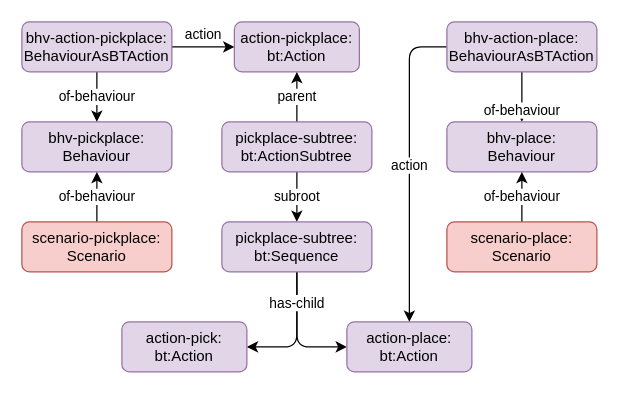
Above: page "bt_link" (2 of 3) of bdd-example-highlevel.drawio in minhnh/drawio-diagrams (draw.io), before the change. Source tidied: cells renumbered, new cells numbered last; positions are measured from the earlier drawing's top-left corner, leaving out a move shared by most shapes. Both pictures are drawn from the tidied source at 125%, with x=0, y=0 at pixel (21, 21).
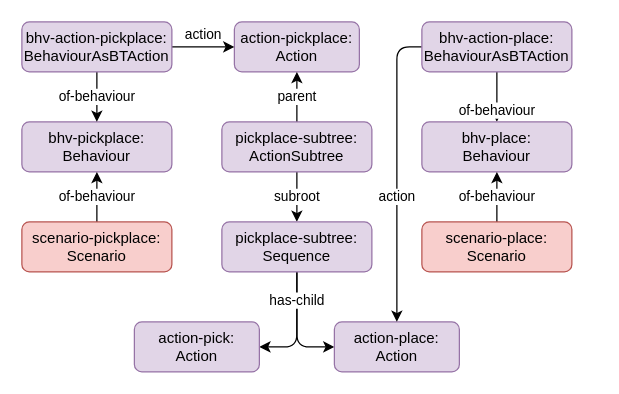
Above is the later version.

What changed in the source:
```diff
@@
-    <mxCell id="3" value="action-pickplace: bt:Action" style="rounded=1;whiteSpace=wrap;html=1;fillColor=#e1d5e7;strokeColor=#9673a6;" parent="1" vertex="1">
+    <mxCell id="3" value="action-pickplace: Action" style="rounded=1;whiteSpace=wrap;html=1;fillColor=#e1d5e7;strokeColor=#9673a6;" parent="1" vertex="1">
       <mxGeometry x="170" width="100" height="40" as="geometry" />
     </mxCell>
@@
-    <mxCell id="6" value="pickplace-subtree: bt:ActionSubtree" style="rounded=1;whiteSpace=wrap;html=1;fillColor=#e1d5e7;strokeColor=#9673a6;" parent="1" vertex="1">
+    <mxCell id="6" value="pickplace-subtree: ActionSubtree" style="rounded=1;whiteSpace=wrap;html=1;fillColor=#e1d5e7;strokeColor=#9673a6;" parent="1" vertex="1">
       <mxGeometry x="160" y="80" width="120" height="40" as="geometry" />
     </mxCell>
@@
-    <mxCell id="14" value="pickplace-subtree: bt:Sequence" style="rounded=1;whiteSpace=wrap;html=1;fillColor=#e1d5e7;strokeColor=#9673a6;" parent="1" vertex="1">
+    <mxCell id="14" value="pickplace-subtree: Sequence" style="rounded=1;whiteSpace=wrap;html=1;fillColor=#e1d5e7;strokeColor=#9673a6;" parent="1" vertex="1">
       <mxGeometry x="160" y="160" width="120" height="40" as="geometry" />
     </mxCell>
-    <mxCell id="15" value="action-place: bt:Action" style="rounded=1;whiteSpace=wrap;html=1;fillColor=#e1d5e7;strokeColor=#9673a6;" parent="1" vertex="1">
-      <mxGeometry x="260" y="240" width="100" height="40" as="geometry" />
+    <mxCell id="15" value="action-place: Action" style="rounded=1;whiteSpace=wrap;html=1;fillColor=#e1d5e7;strokeColor=#9673a6;" parent="1" vertex="1">
+      <mxGeometry x="250" y="240" width="100" height="40" as="geometry" />
     </mxCell>
-    <mxCell id="16" value="action-pick: bt:Action" style="rounded=1;whiteSpace=wrap;html=1;fillColor=#e1d5e7;strokeColor=#9673a6;" parent="1" vertex="1">
-      <mxGeometry x="80" y="240" width="100" height="40" as="geometry" />
+    <mxCell id="16" value="action-pick:&lt;br&gt;Action" style="rounded=1;whiteSpace=wrap;html=1;fillColor=#e1d5e7;strokeColor=#9673a6;" parent="1" vertex="1">
+      <mxGeometry x="90" y="240" width="100" height="40" as="geometry" />
     </mxCell>
     <mxCell id="17" value="action" style="edgeStyle=orthogonalEdgeStyle;shape=connector;rounded=1;jettySize=auto;html=1;labelBackgroundColor=default;strokeColor=default;align=center;verticalAlign=middle;fontFamily=Helvetica;fontSize=11;fontColor=default;endArrow=classic;" parent="1" edge="1" source="19" target="15">
-      <mxGeometry relative="1" as="geometry">
+      <mxGeometry x="0.17" relative="1" as="geometry">
         <Array as="points">
-          <mxPoint x="310" y="20" />
+          <mxPoint x="300" y="20" />
         </Array>
       </mxGeometry>
     </mxCell>
@@
     <mxCell id="19" value="bhv-action-place: BehaviourAsBTAction" style="rounded=1;whiteSpace=wrap;html=1;fillColor=#e1d5e7;strokeColor=#9673a6;" parent="1" vertex="1">
-      <mxGeometry x="340" width="120" height="40" as="geometry" />
+      <mxGeometry x="320" width="120" height="40" as="geometry" />
     </mxCell>
     <mxCell id="20" value="bhv-place:&lt;br&gt;Behaviour" style="rounded=1;whiteSpace=wrap;html=1;fillColor=#e1d5e7;strokeColor=#9673a6;" parent="1" vertex="1">
-      <mxGeometry x="340" y="80" width="120" height="40" as="geometry" />
+      <mxGeometry x="320" y="80" width="120" height="40" as="geometry" />
     </mxCell>
@@
     <mxCell id="22" value="scenario-place: Scenario" style="rounded=1;whiteSpace=wrap;html=1;fillColor=#f8cecc;strokeColor=#b85450;" parent="1" vertex="1">
-      <mxGeometry x="340" y="160" width="120" height="40" as="geometry" />
+      <mxGeometry x="320" y="160" width="120" height="40" as="geometry" />
     </mxCell>
```
